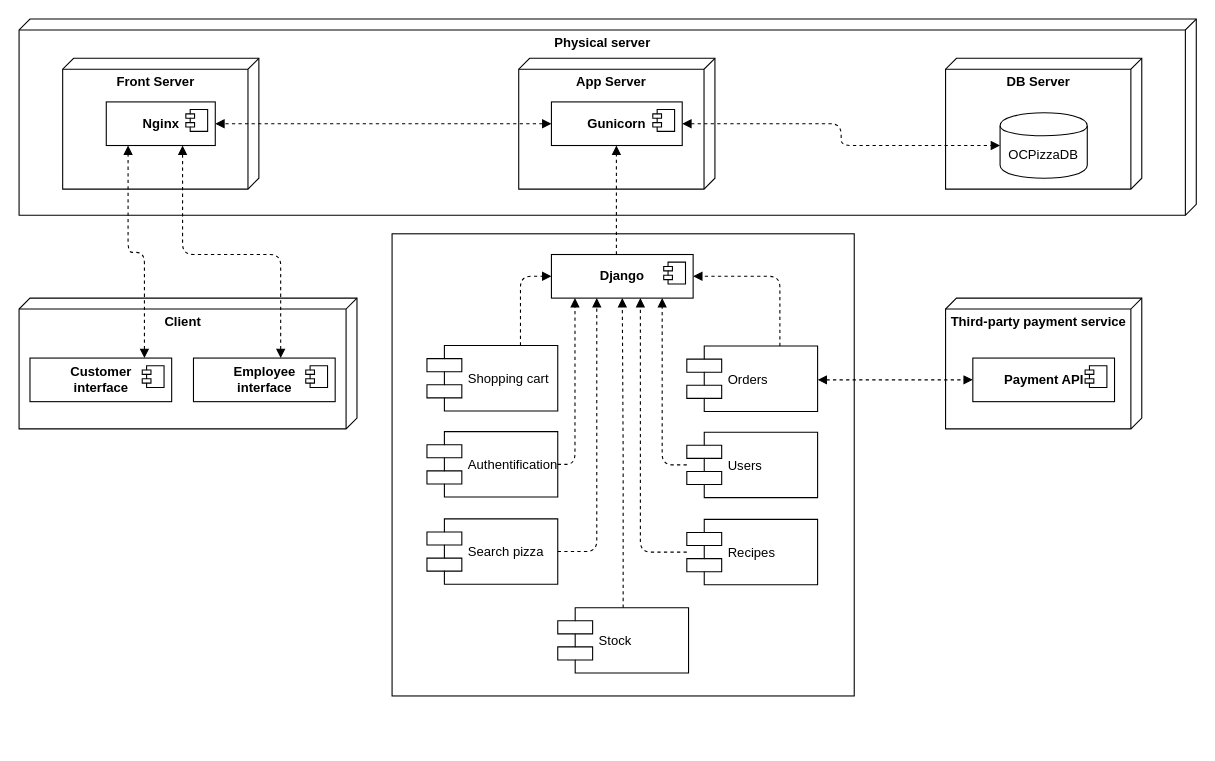
Earlier version of the draw.io diagram page "DeploymentDiagram" (13 of 13) of Diagrams/OCPizza.drawio (GuillaumeOj/DesignTechnicalSolution). Source tidied: cells renumbered, new cells numbered last; positions are measured from the earlier drawing's top-left corner, leaving out a move shared by most shapes. Both pictures are drawn from the tidied source at 109%, with x=0, y=0 at pixel (19, 19).
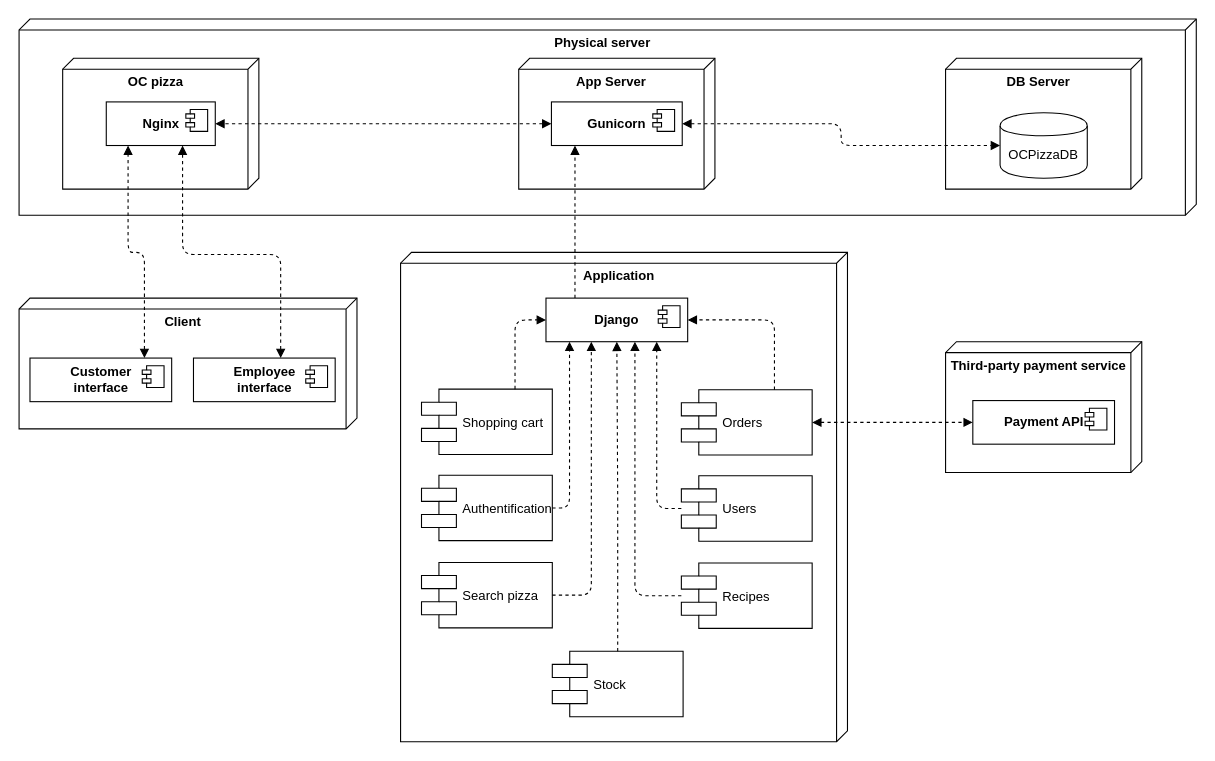
Above is the later version.

The change refers to these unchanged cells:
```xml
<mxCell id="13" value="&lt;b&gt;Gunicorn&lt;/b&gt;" style="html=1;" parent="1" vertex="1">
  <mxGeometry x="488.4" y="76" width="120" height="40" as="geometry" />
</mxCell>
```

Change to the diagram source:
```diff
@@
-    <mxCell id="2" style="whiteSpace=wrap;html=1;" parent="1" vertex="1">
-      <mxGeometry x="342.2" y="197" width="424" height="424" as="geometry" />
-    </mxCell>
+    <mxCell id="42" value="&lt;b&gt;Application&lt;/b&gt;" style="verticalAlign=top;align=center;spacingTop=8;spacingLeft=2;spacingRight=12;shape=cube;size=10;direction=south;fontStyle=0;html=1;" parent="1" vertex="1">
+      <mxGeometry x="350" y="214" width="410" height="449" as="geometry" />
+    </mxCell>
@@
-    <mxCell id="6" value="&lt;b&gt;Front Server&lt;/b&gt;" style="verticalAlign=top;align=center;spacingTop=8;spacingLeft=2;spacingRight=12;shape=cube;size=10;direction=south;fontStyle=0;html=1;" parent="1" vertex="1">
+    <mxCell id="6" value="&lt;b&gt;OC pizza&lt;/b&gt;" style="verticalAlign=top;align=center;spacingTop=8;spacingLeft=2;spacingRight=12;shape=cube;size=10;direction=south;fontStyle=0;html=1;" parent="1" vertex="1">
       <mxGeometry x="40" y="36" width="180" height="120" as="geometry" />
     </mxCell>
@@
     <mxCell id="21" value="&lt;b&gt;Django&lt;br&gt;&lt;/b&gt;" style="html=1;" parent="1" vertex="1">
-      <mxGeometry x="488.4" y="216" width="130" height="40" as="geometry" />
+      <mxGeometry x="483.4" y="256" width="130" height="40" as="geometry" />
     </mxCell>
@@
     <mxCell id="23" style="jettySize=auto;html=1;dashed=1;startArrow=none;startFill=0;endArrow=block;endFill=1;edgeStyle=orthogonalEdgeStyle;rounded=1;" parent="1" edge="1" source="21" target="13">
       <mxGeometry relative="1" as="geometry">
         <Array as="points">
-          <mxPoint x="548" y="166" />
-          <mxPoint x="548" y="166" />
+          <mxPoint x="510" y="190" />
+          <mxPoint x="510" y="190" />
         </Array>
       </mxGeometry>
     </mxCell>
     <mxCell id="24" value="&lt;b&gt;Third-party payment service&lt;/b&gt;" style="verticalAlign=top;align=center;spacingTop=8;spacingLeft=2;spacingRight=12;shape=cube;size=10;direction=south;fontStyle=0;html=1;" parent="1" vertex="1">
-      <mxGeometry x="850" y="256" width="180" height="120" as="geometry" />
+      <mxGeometry x="850" y="296" width="180" height="120" as="geometry" />
     </mxCell>
     <mxCell id="25" value="&lt;b&gt;Payment API&lt;br&gt;&lt;/b&gt;" style="html=1;" parent="1" vertex="1">
-      <mxGeometry x="875" y="311" width="130" height="40" as="geometry" />
+      <mxGeometry x="875" y="350" width="130" height="40" as="geometry" />
     </mxCell>
@@
     <mxCell id="27" value="Stock" style="shape=component;align=left;spacingLeft=36;" parent="1" vertex="1">
-      <mxGeometry x="494.2" y="540" width="120" height="60" as="geometry" />
+      <mxGeometry x="489.2" y="580" width="120" height="60" as="geometry" />
     </mxCell>
     <mxCell id="28" value="Search pizza" style="shape=component;align=left;spacingLeft=36;" parent="1" vertex="1">
-      <mxGeometry x="374.2" y="458.5" width="120" height="60" as="geometry" />
+      <mxGeometry x="369.2" y="498.5" width="120" height="60" as="geometry" />
     </mxCell>
     <mxCell id="29" value="Authentification" style="shape=component;align=left;spacingLeft=36;shadow=0;" parent="1" vertex="1">
-      <mxGeometry x="374.2" y="378.5" width="120" height="60" as="geometry" />
+      <mxGeometry x="369.2" y="418.5" width="120" height="60" as="geometry" />
     </mxCell>
     <mxCell id="30" value="Shopping cart" style="shape=component;align=left;spacingLeft=36;" parent="1" vertex="1">
-      <mxGeometry x="374.2" y="299.5" width="120" height="60" as="geometry" />
+      <mxGeometry x="369.2" y="339.5" width="120" height="60" as="geometry" />
     </mxCell>
     <mxCell id="31" value="Orders" style="shape=component;align=left;spacingLeft=36;" parent="1" vertex="1">
-      <mxGeometry x="612.6" y="300" width="120" height="60" as="geometry" />
+      <mxGeometry x="607.6" y="340" width="120" height="60" as="geometry" />
     </mxCell>
     <mxCell id="32" value="Users" style="shape=component;align=left;spacingLeft=36;" parent="1" vertex="1">
-      <mxGeometry x="612.6" y="379" width="120" height="60" as="geometry" />
+      <mxGeometry x="607.6" y="419" width="120" height="60" as="geometry" />
     </mxCell>
     <mxCell id="33" value="Recipes" style="shape=component;align=left;spacingLeft=36;" parent="1" vertex="1">
-      <mxGeometry x="612.6" y="459" width="120" height="60" as="geometry" />
+      <mxGeometry x="607.6" y="499" width="120" height="60" as="geometry" />
     </mxCell>
     <mxCell id="34" style="jettySize=auto;html=1;dashed=1;startArrow=none;startFill=0;endArrow=block;endFill=1;edgeStyle=orthogonalEdgeStyle;rounded=1;" parent="1" edge="1" source="30" target="21">
       <mxGeometry relative="1" as="geometry">
         <Array as="points">
-          <mxPoint x="460" y="236" />
+          <mxPoint x="455" y="276" />
         </Array>
       </mxGeometry>
     </mxCell>
     <mxCell id="35" style="jettySize=auto;html=1;dashed=1;startArrow=none;startFill=0;endArrow=block;endFill=1;edgeStyle=orthogonalEdgeStyle;rounded=1;" parent="1" edge="1" source="31" target="21">
       <mxGeometry relative="1" as="geometry">
         <Array as="points">
-          <mxPoint x="698" y="236" />
+          <mxPoint x="693" y="276" />
         </Array>
       </mxGeometry>
     </mxCell>
     <mxCell id="36" style="jettySize=auto;html=1;dashed=1;startArrow=none;startFill=0;endArrow=block;endFill=1;edgeStyle=orthogonalEdgeStyle;rounded=1;" parent="1" edge="1" source="29" target="21">
       <mxGeometry relative="1" as="geometry">
         <Array as="points">
-          <mxPoint x="510" y="409" />
+          <mxPoint x="505" y="449" />
         </Array>
       </mxGeometry>
     </mxCell>
     <mxCell id="37" style="jettySize=auto;html=1;dashed=1;startArrow=none;startFill=0;endArrow=block;endFill=1;edgeStyle=orthogonalEdgeStyle;rounded=1;" parent="1" edge="1" source="32" target="21">
       <mxGeometry relative="1" as="geometry">
         <Array as="points">
-          <mxPoint x="590" y="409" />
+          <mxPoint x="585" y="449" />
         </Array>
       </mxGeometry>
     </mxCell>
     <mxCell id="38" style="jettySize=auto;html=1;dashed=1;startArrow=none;startFill=0;endArrow=block;endFill=1;edgeStyle=orthogonalEdgeStyle;rounded=1;" parent="1" edge="1" source="28" target="21">
       <mxGeometry relative="1" as="geometry">
         <Array as="points">
-          <mxPoint x="530" y="489" />
+          <mxPoint x="525" y="529" />
         </Array>
       </mxGeometry>
     </mxCell>
     <mxCell id="39" style="jettySize=auto;html=1;dashed=1;startArrow=none;startFill=0;endArrow=block;endFill=1;edgeStyle=orthogonalEdgeStyle;rounded=1;" parent="1" edge="1" source="33" target="21">
       <mxGeometry relative="1" as="geometry">
         <Array as="points">
-          <mxPoint x="570" y="489" />
+          <mxPoint x="565" y="529" />
         </Array>
       </mxGeometry>
     </mxCell>
@@
     <mxCell id="41" style="edgeStyle=orthogonalEdgeStyle;rounded=1;jettySize=auto;html=1;startFill=1;endArrow=block;endFill=1;startArrow=block;dashed=1;" parent="1" edge="1" source="31" target="25">
       <mxGeometry relative="1" as="geometry">
         <Array as="points">
-          <mxPoint x="770" y="331" />
-          <mxPoint x="770" y="331" />
+          <mxPoint x="740" y="370" />
+          <mxPoint x="740" y="370" />
         </Array>
       </mxGeometry>
     </mxCell>
```
